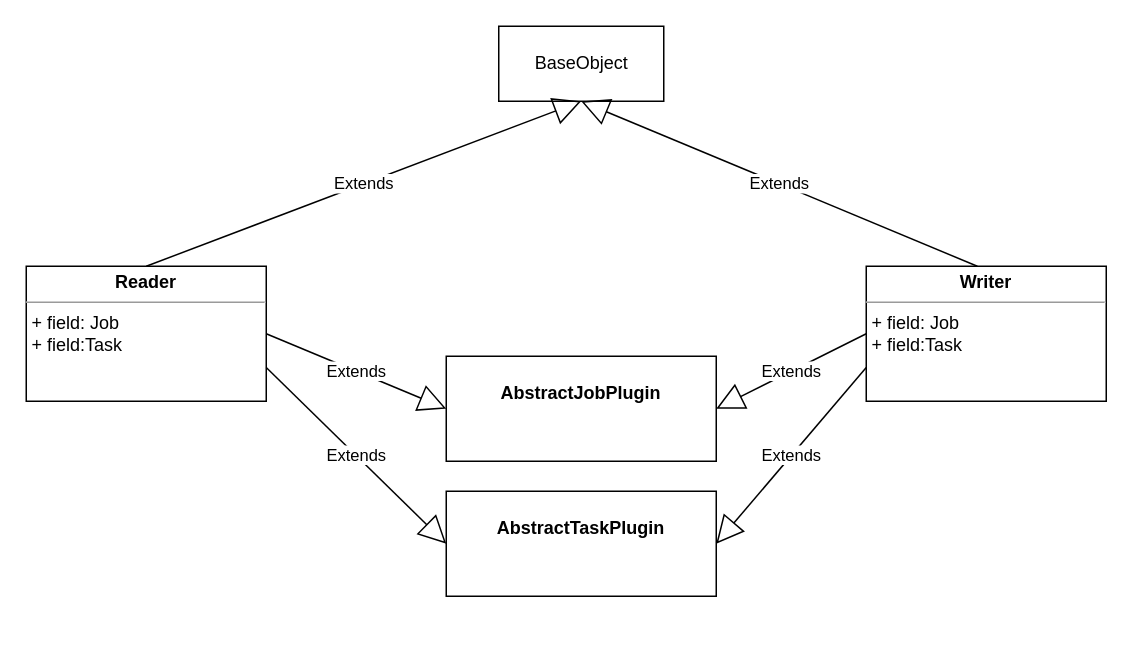
Before: 类图.drawio in wangbin2188/draw, a draw.io diagram. Source tidied: cells renumbered, new cells numbered last; positions are measured from the earlier drawing's top-left corner, leaving out a move shared by most shapes. Both pictures are drawn from the tidied source at 150%, with x=0, y=0 at pixel (26, 26).
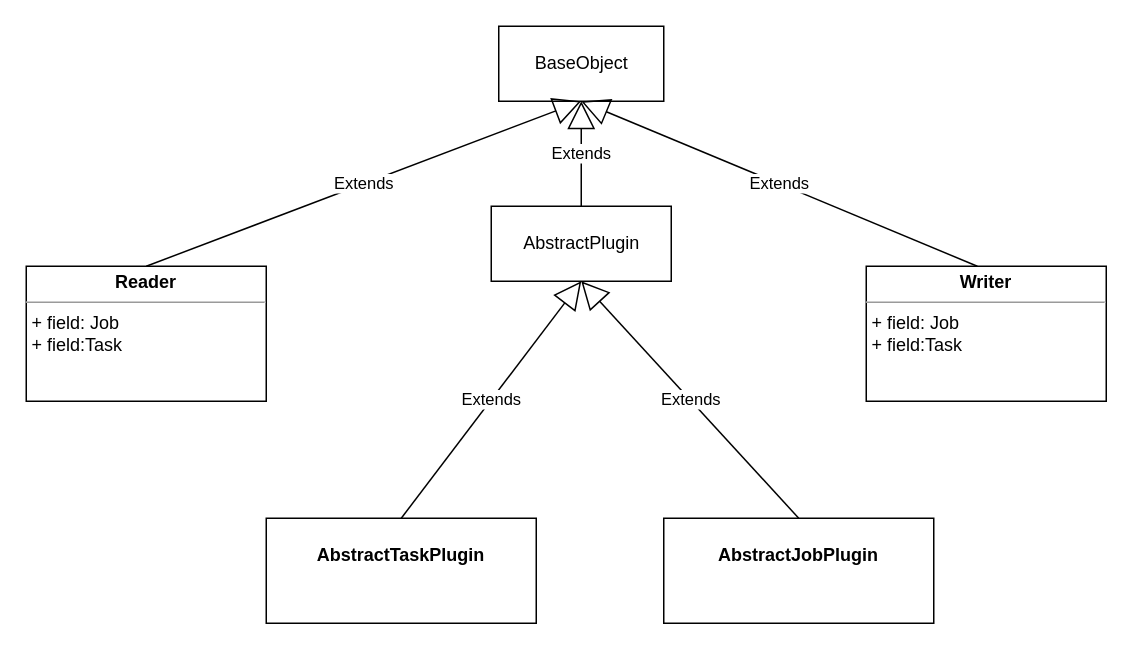
After the change.

The edit, as a diff of the source:
```diff
@@
 <mxGraphModel>
   <root>
     <mxCell id="0" />
     <mxCell id="1" parent="0" />
     <mxCell id="2" value="BaseObject" style="html=1;" parent="1" vertex="1">
       <mxGeometry x="315" width="110" height="50" as="geometry" />
     </mxCell>
     <mxCell id="3" value="&lt;p style=&quot;margin: 0px ; margin-top: 4px ; text-align: center&quot;&gt;&lt;b&gt;Writer&lt;/b&gt;&lt;/p&gt;&lt;hr size=&quot;1&quot;&gt;&lt;p style=&quot;margin: 0px ; margin-left: 4px&quot;&gt;+ field: Job&lt;/p&gt;&lt;p style=&quot;margin: 0px ; margin-left: 4px&quot;&gt;+ field:Task&lt;/p&gt;&lt;p style=&quot;margin: 0px ; margin-left: 4px&quot;&gt;&lt;br&gt;&lt;/p&gt;" style="verticalAlign=top;align=left;overflow=fill;fontSize=12;fontFamily=Helvetica;html=1;" parent="1" vertex="1">
       <mxGeometry x="560" y="160" width="160" height="90" as="geometry" />
     </mxCell>
     <mxCell id="4" value="&lt;p style=&quot;margin: 0px ; margin-top: 4px ; text-align: center&quot;&gt;&lt;b&gt;Reader&lt;/b&gt;&lt;/p&gt;&lt;hr size=&quot;1&quot;&gt;&lt;p style=&quot;margin: 0px ; margin-left: 4px&quot;&gt;+ field: Job&lt;/p&gt;&lt;p style=&quot;margin: 0px ; margin-left: 4px&quot;&gt;+ field:Task&lt;/p&gt;&lt;p style=&quot;margin: 0px ; margin-left: 4px&quot;&gt;&lt;br&gt;&lt;/p&gt;" style="verticalAlign=top;align=left;overflow=fill;fontSize=12;fontFamily=Helvetica;html=1;" parent="1" vertex="1">
       <mxGeometry y="160" width="160" height="90" as="geometry" />
     </mxCell>
     <mxCell id="5" value="Extends" style="endArrow=block;endSize=16;endFill=0;html=1;entryX=0.5;entryY=1;entryDx=0;entryDy=0;exitX=0.5;exitY=0;exitDx=0;exitDy=0;" parent="1" edge="1" source="4" target="2">
       <mxGeometry relative="1" as="geometry" />
     </mxCell>
     <mxCell id="6" value="Extends" style="endArrow=block;endSize=16;endFill=0;html=1;entryX=0.5;entryY=1;entryDx=0;entryDy=0;exitX=0.463;exitY=0;exitDx=0;exitDy=0;exitPerimeter=0;" parent="1" edge="1" source="3" target="2">
       <mxGeometry relative="1" as="geometry" />
     </mxCell>
     <mxCell id="7" value="&lt;p style=&quot;margin: 0px ; margin-top: 4px ; text-align: center&quot;&gt;&lt;br&gt;&lt;b&gt;AbstractJobPlugin&lt;/b&gt;&lt;/p&gt;" style="verticalAlign=top;align=left;overflow=fill;fontSize=12;fontFamily=Helvetica;html=1;" parent="1" vertex="1">
-      <mxGeometry x="280" y="220" width="180" height="70" as="geometry" />
+      <mxGeometry x="425" y="328" width="180" height="70" as="geometry" />
     </mxCell>
-    <mxCell id="8" value="Extends" style="endArrow=block;endSize=16;endFill=0;html=1;entryX=0;entryY=0.5;entryDx=0;entryDy=0;exitX=1;exitY=0.5;exitDx=0;exitDy=0;" parent="1" edge="1" source="4" target="7">
-      <mxGeometry relative="1" as="geometry" />
-    </mxCell>
-    <mxCell id="9" value="Extends" style="endArrow=block;endSize=16;endFill=0;html=1;entryX=1;entryY=0.5;entryDx=0;entryDy=0;exitX=0;exitY=0.5;exitDx=0;exitDy=0;" parent="1" edge="1" source="3" target="7">
-      <mxGeometry relative="1" as="geometry" />
-    </mxCell>
     <mxCell id="10" value="&lt;p style=&quot;margin: 0px ; margin-top: 4px ; text-align: center&quot;&gt;&lt;br&gt;&lt;b&gt;AbstractTaskPlugin&lt;/b&gt;&lt;/p&gt;" style="verticalAlign=top;align=left;overflow=fill;fontSize=12;fontFamily=Helvetica;html=1;" parent="1" vertex="1">
-      <mxGeometry x="280" y="310" width="180" height="70" as="geometry" />
+      <mxGeometry x="160" y="328" width="180" height="70" as="geometry" />
     </mxCell>
-    <mxCell id="11" value="Extends" style="endArrow=block;endSize=16;endFill=0;html=1;exitX=1;exitY=0.75;exitDx=0;exitDy=0;entryX=0;entryY=0.5;entryDx=0;entryDy=0;" parent="1" edge="1" source="4" target="10">
-      <mxGeometry relative="1" as="geometry" />
-    </mxCell>
-    <mxCell id="12" value="Extends" style="endArrow=block;endSize=16;endFill=0;html=1;entryX=1;entryY=0.5;entryDx=0;entryDy=0;exitX=0;exitY=0.75;exitDx=0;exitDy=0;" parent="1" edge="1" source="3" target="10">
-      <mxGeometry relative="1" as="geometry" />
-    </mxCell>
+    <mxCell id="13" value="AbstractPlugin" style="html=1;" parent="1" vertex="1">
+      <mxGeometry x="310" y="120" width="120" height="50" as="geometry" />
+    </mxCell>
+    <mxCell id="14" value="Extends" style="endArrow=block;endSize=16;endFill=0;html=1;entryX=0.5;entryY=1;entryDx=0;entryDy=0;exitX=0.5;exitY=0;exitDx=0;exitDy=0;" parent="1" edge="1" source="13" target="2">
+      <mxGeometry relative="1" as="geometry" />
+    </mxCell>
+    <mxCell id="15" value="Extends" style="endArrow=block;endSize=16;endFill=0;html=1;entryX=0.5;entryY=1;entryDx=0;entryDy=0;exitX=0.5;exitY=0;exitDx=0;exitDy=0;" parent="1" edge="1" source="7" target="13">
+      <mxGeometry relative="1" as="geometry" />
+    </mxCell>
+    <mxCell id="16" value="Extends" style="endArrow=block;endSize=16;endFill=0;html=1;entryX=0.5;entryY=1;entryDx=0;entryDy=0;exitX=0.5;exitY=0;exitDx=0;exitDy=0;" parent="1" edge="1" source="10" target="13">
+      <mxGeometry relative="1" as="geometry" />
+    </mxCell>
   </root>
 </mxGraphModel>
```
